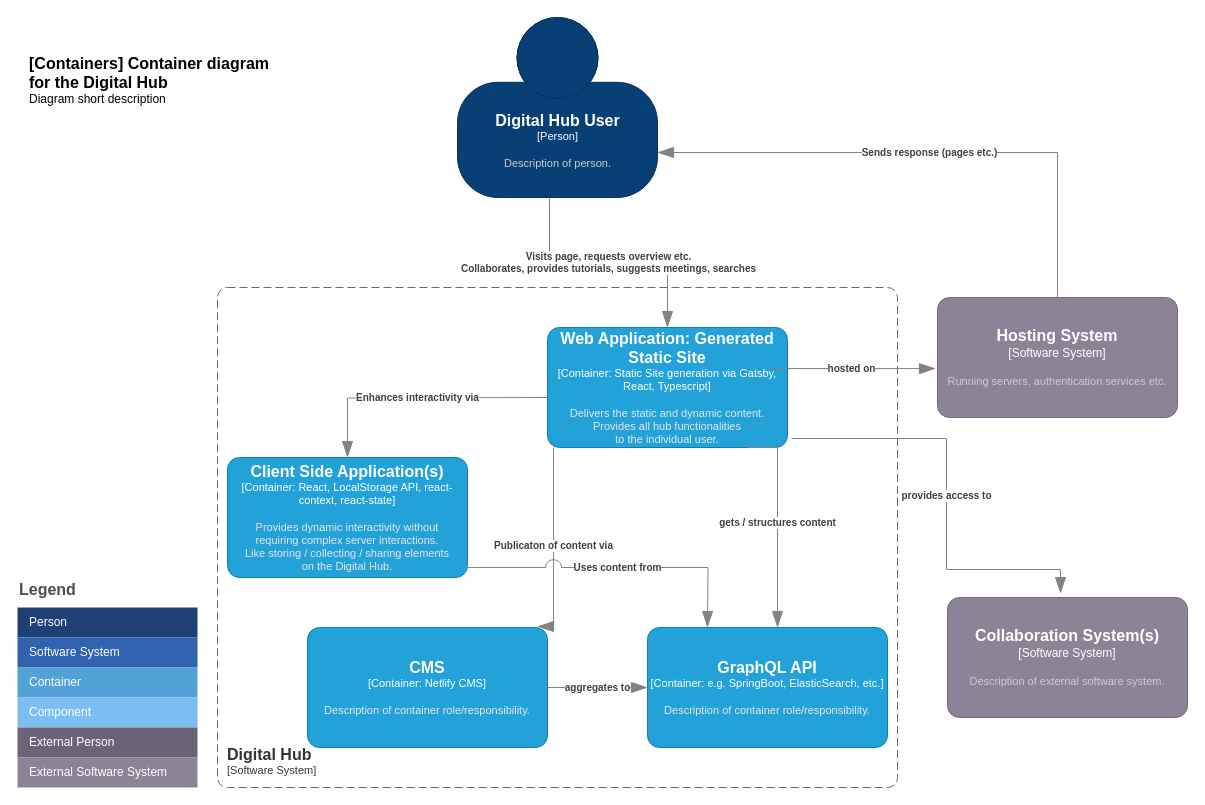
Before: models/rein_c4_2container.drawio in ReInHerit/digital-hub, a draw.io diagram. Source tidied: cells renumbered, new cells numbered last; positions are measured from the earlier drawing's top-left corner, leaving out a move shared by most shapes. Both pictures are drawn from the tidied source at 100%, with x=0, y=0 at pixel (17, 17).
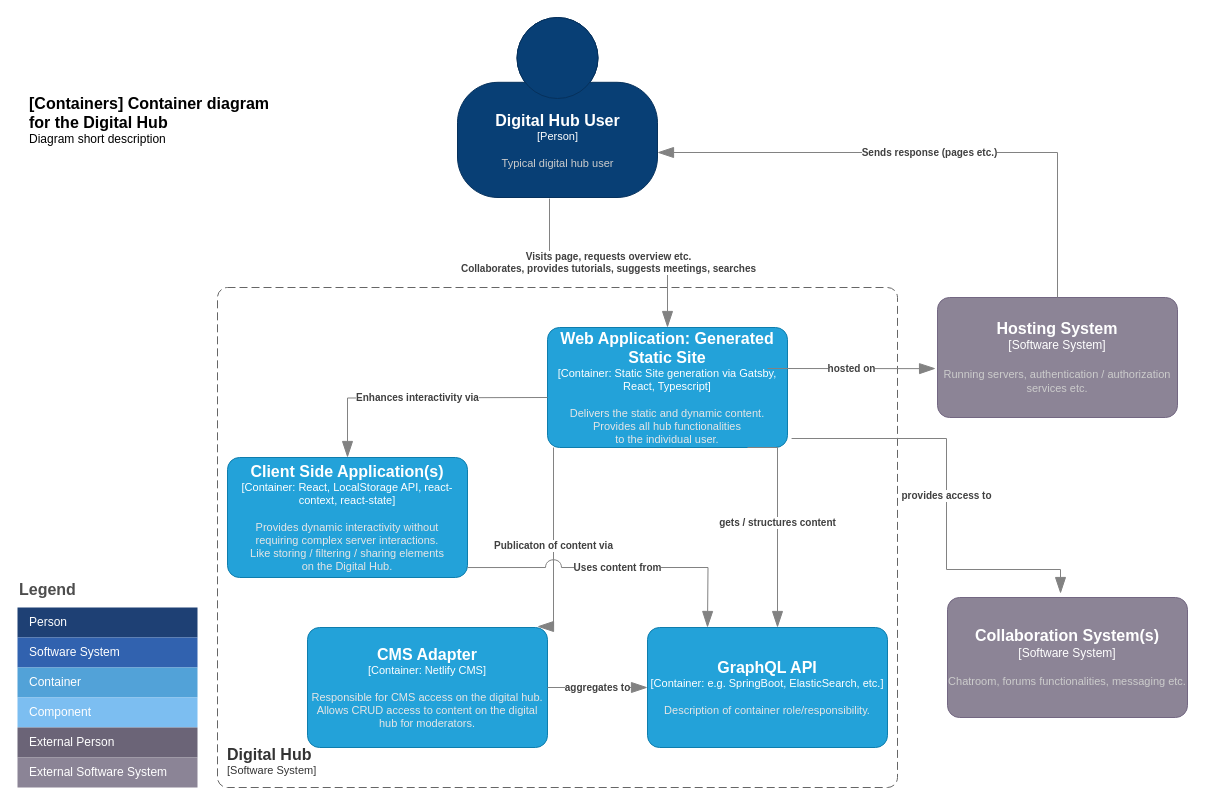
After the change.

Commit message:
#158. corrected c4 graphs

Change to the diagram source:
```diff
@@
     <object id="2" label="&lt;font style=&quot;font-size: 16px&quot;&gt;&lt;b&gt;&lt;div style=&quot;text-align: left&quot;&gt;%c4Name%&lt;/div&gt;&lt;/b&gt;&lt;/font&gt;&lt;div style=&quot;text-align: left&quot;&gt;%c4Description%&lt;/div&gt;" c4Description="Diagram short description" c4Name="[Containers] Container diagram for the Digital Hub" placeholders="1">
       <mxCell style="text;html=1;strokeColor=none;fillColor=none;align=left;verticalAlign=top;whiteSpace=wrap;rounded=0;" parent="1" vertex="1">
-        <mxGeometry x="10" y="30" width="260" height="40" as="geometry" />
+        <mxGeometry x="10" y="70" width="260" height="40" as="geometry" />
       </mxCell>
     </object>
@@
-    <object id="5" label="&lt;font style=&quot;font-size: 16px&quot;&gt;&lt;b&gt;%c4Name%&lt;/b&gt;&lt;/font&gt;&lt;div&gt;[%c4Type%: %c4Technology%]&lt;/div&gt;&lt;br&gt;&lt;div&gt;&lt;font style=&quot;font-size: 11px&quot;&gt;&lt;font color=&quot;#E6E6E6&quot;&gt;%c4Description%&lt;/font&gt;&lt;/div&gt;" c4Description="Description of container role/responsibility." c4Name="CMS" c4Technology="Netlify CMS" c4Type="Container" placeholders="1">
+    <object id="5" label="&lt;font style=&quot;font-size: 16px&quot;&gt;&lt;b&gt;%c4Name%&lt;/b&gt;&lt;/font&gt;&lt;div&gt;[%c4Type%: %c4Technology%]&lt;/div&gt;&lt;br&gt;&lt;div&gt;&lt;font style=&quot;font-size: 11px&quot;&gt;&lt;font color=&quot;#E6E6E6&quot;&gt;%c4Description%&lt;/font&gt;&lt;/div&gt;" c4Description="Responsible for CMS access on the digital hub. Allows CRUD access to content on the digital hub for moderators." c4Name="CMS Adapter" c4Technology="Netlify CMS" c4Type="Container" placeholders="1">
       <mxCell style="rounded=1;whiteSpace=wrap;html=1;fontSize=11;labelBackgroundColor=none;fillColor=#23A2D9;fontColor=#ffffff;align=center;arcSize=10;strokeColor=#0E7DAD;points=[[0.25,0,0],[0.5,0,0],[0.75,0,0],[1,0.25,0],[1,0.5,0],[1,0.75,0],[0.75,1,0],[0.5,1,0],[0.25,1,0],[0,0.75,0],[0,0.5,0],[0,0.25,0]];" parent="1" vertex="1">
         <mxGeometry x="290" y="610" width="240" height="120" as="geometry" />
       </mxCell>
     </object>
-    <object id="6" label="&lt;font style=&quot;font-size: 16px&quot;&gt;&lt;b&gt;%c4Name%&lt;/b&gt;&lt;/font&gt;&lt;div&gt;[%c4Type%]&lt;/div&gt;&lt;br&gt;&lt;div&gt;&lt;font style=&quot;font-size: 11px&quot;&gt;&lt;font color=&quot;#cccccc&quot;&gt;%c4Description%&lt;/font&gt;&lt;/div&gt;" c4Description="Running servers, authentication services etc." c4Name="Hosting System" c4Type="Software System" placeholders="1">
+    <object id="6" label="&lt;font style=&quot;font-size: 16px&quot;&gt;&lt;b&gt;%c4Name%&lt;/b&gt;&lt;/font&gt;&lt;div&gt;[%c4Type%]&lt;/div&gt;&lt;br&gt;&lt;div&gt;&lt;font style=&quot;font-size: 11px&quot;&gt;&lt;font color=&quot;#cccccc&quot;&gt;%c4Description%&lt;/font&gt;&lt;/div&gt;" c4Description="Running servers, authentication / authorization services etc." c4Name="Hosting System" c4Type="Software System" placeholders="1">
       <mxCell style="rounded=1;whiteSpace=wrap;html=1;labelBackgroundColor=none;fillColor=#8C8496;fontColor=#ffffff;align=center;arcSize=10;strokeColor=#736782;points=[[0.25,0,0],[0.5,0,0],[0.75,0,0],[1,0.25,0],[1,0.5,0],[1,0.75,0],[0.75,1,0],[0.5,1,0],[0.25,1,0],[0,0.75,0],[0,0.5,0],[0,0.25,0]];" parent="1" vertex="1">
         <mxGeometry x="920" y="280" width="240" height="120" as="geometry" />
       </mxCell>
     </object>
-    <object id="7" label="&lt;font style=&quot;font-size: 16px&quot;&gt;&lt;b&gt;%c4Name%&lt;/b&gt;&lt;/font&gt;&lt;div&gt;[%c4Type%]&lt;/div&gt;&lt;br&gt;&lt;div&gt;&lt;font style=&quot;font-size: 11px&quot;&gt;&lt;font color=&quot;#cccccc&quot;&gt;%c4Description%&lt;/font&gt;&lt;/div&gt;" c4Description="Description of external software system." c4Name="Collaboration System(s)" c4Type="Software System" placeholders="1">
+    <object id="7" label="&lt;font style=&quot;font-size: 16px&quot;&gt;&lt;b&gt;%c4Name%&lt;/b&gt;&lt;/font&gt;&lt;div&gt;[%c4Type%]&lt;/div&gt;&lt;br&gt;&lt;div&gt;&lt;font style=&quot;font-size: 11px&quot;&gt;&lt;font color=&quot;#cccccc&quot;&gt;%c4Description%&lt;/font&gt;&lt;/div&gt;" c4Description="Chatroom, forums functionalities, messaging etc." c4Name="Collaboration System(s)" c4Type="Software System" placeholders="1">
       <mxCell style="rounded=1;whiteSpace=wrap;html=1;labelBackgroundColor=none;fillColor=#8C8496;fontColor=#ffffff;align=center;arcSize=10;strokeColor=#736782;points=[[0.25,0,0],[0.5,0,0],[0.75,0,0],[1,0.25,0],[1,0.5,0],[1,0.75,0],[0.75,1,0],[0.5,1,0],[0.25,1,0],[0,0.75,0],[0,0.5,0],[0,0.25,0]];" parent="1" vertex="1">
         <mxGeometry x="930" y="580" width="240" height="120" as="geometry" />
       </mxCell>
     </object>
-    <object id="8" label="&lt;font style=&quot;font-size: 16px&quot;&gt;&lt;b&gt;%c4Name%&lt;/b&gt;&lt;/font&gt;&lt;div&gt;[%c4Type%]&lt;/div&gt;&lt;br&gt;&lt;div&gt;&lt;font style=&quot;font-size: 11px&quot;&gt;&lt;font color=&quot;#cccccc&quot;&gt;%c4Description%&lt;/font&gt;&lt;/div&gt;" c4Description="Description of person." c4Name="Digital Hub User" c4Type="Person" placeholders="1">
+    <object id="8" label="&lt;font style=&quot;font-size: 16px&quot;&gt;&lt;b&gt;%c4Name%&lt;/b&gt;&lt;/font&gt;&lt;div&gt;[%c4Type%]&lt;/div&gt;&lt;br&gt;&lt;div&gt;&lt;font style=&quot;font-size: 11px&quot;&gt;&lt;font color=&quot;#cccccc&quot;&gt;%c4Description%&lt;/font&gt;&lt;/div&gt;" c4Description="Typical digital hub user" c4Name="Digital Hub User" c4Type="Person" placeholders="1">
       <mxCell style="html=1;fontSize=11;dashed=0;whitespace=wrap;fillColor=#083F75;strokeColor=#06315C;fontColor=#ffffff;shape=mxgraph.c4.person2;align=center;points=[[0.5,0,0],[1,0.5,0],[1,0.75,0],[0.75,1,0],[0.5,1,0],[0.25,1,0],[0,0.75,0],[0,0.5,0]];" parent="1" vertex="1">
         <mxGeometry x="440" width="200" height="180" as="geometry" />
       </mxCell>
     </object>
@@
-    <object id="25" label="&lt;font style=&quot;font-size: 16px&quot;&gt;&lt;b&gt;%c4Name%&lt;/b&gt;&lt;/font&gt;&lt;div&gt;[%c4Type%: %c4Technology%]&lt;/div&gt;&lt;br&gt;&lt;div&gt;&lt;font style=&quot;font-size: 11px&quot;&gt;&lt;font color=&quot;#E6E6E6&quot;&gt;%c4Description%&lt;/font&gt;&lt;/div&gt;" c4Description="Provides dynamic interactivity without &#10;requiring complex server interactions. &#10;Like storing / collecting / sharing elements &#10;on the Digital Hub. " c4Name="Client Side Application(s)" c4Technology="React, LocalStorage API, react-context, react-state" c4Type="Container" placeholders="1">
+    <object id="25" label="&lt;font style=&quot;font-size: 16px&quot;&gt;&lt;b&gt;%c4Name%&lt;/b&gt;&lt;/font&gt;&lt;div&gt;[%c4Type%: %c4Technology%]&lt;/div&gt;&lt;br&gt;&lt;div&gt;&lt;font style=&quot;font-size: 11px&quot;&gt;&lt;font color=&quot;#E6E6E6&quot;&gt;%c4Description%&lt;/font&gt;&lt;/div&gt;" c4Description="Provides dynamic interactivity without &#10;requiring complex server interactions. &#10;Like storing / filtering / sharing elements &#10;on the Digital Hub. " c4Name="Client Side Application(s)" c4Technology="React, LocalStorage API, react-context, react-state" c4Type="Container" placeholders="1">
       <mxCell style="rounded=1;whiteSpace=wrap;html=1;fontSize=11;labelBackgroundColor=none;fillColor=#23A2D9;fontColor=#ffffff;align=center;arcSize=10;strokeColor=#0E7DAD;points=[[0.25,0,0],[0.5,0,0],[0.75,0,0],[1,0.25,0],[1,0.5,0],[1,0.75,0],[0.75,1,0],[0.5,1,0],[0.25,1,0],[0,0.75,0],[0,0.5,0],[0,0.25,0]];" parent="1" vertex="1">
         <mxGeometry x="210" y="440" width="240" height="120" as="geometry" />
       </mxCell>
     </object>
```
